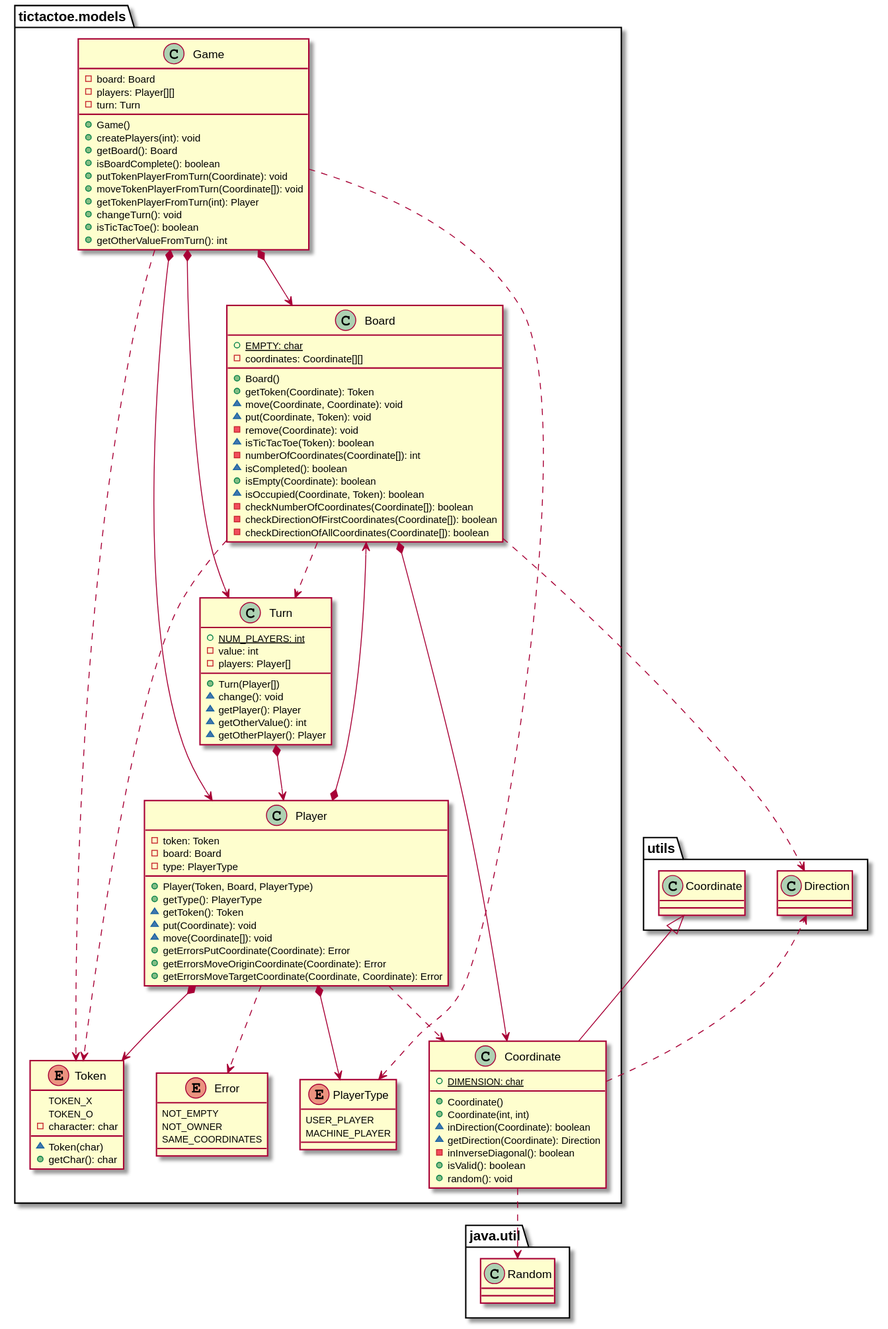
The PlantUML diagram docs/build/docs/asciidoc/images/tictactoeModels.svg in x-USantaTecla-game-ticTacToe/java, before a commit.
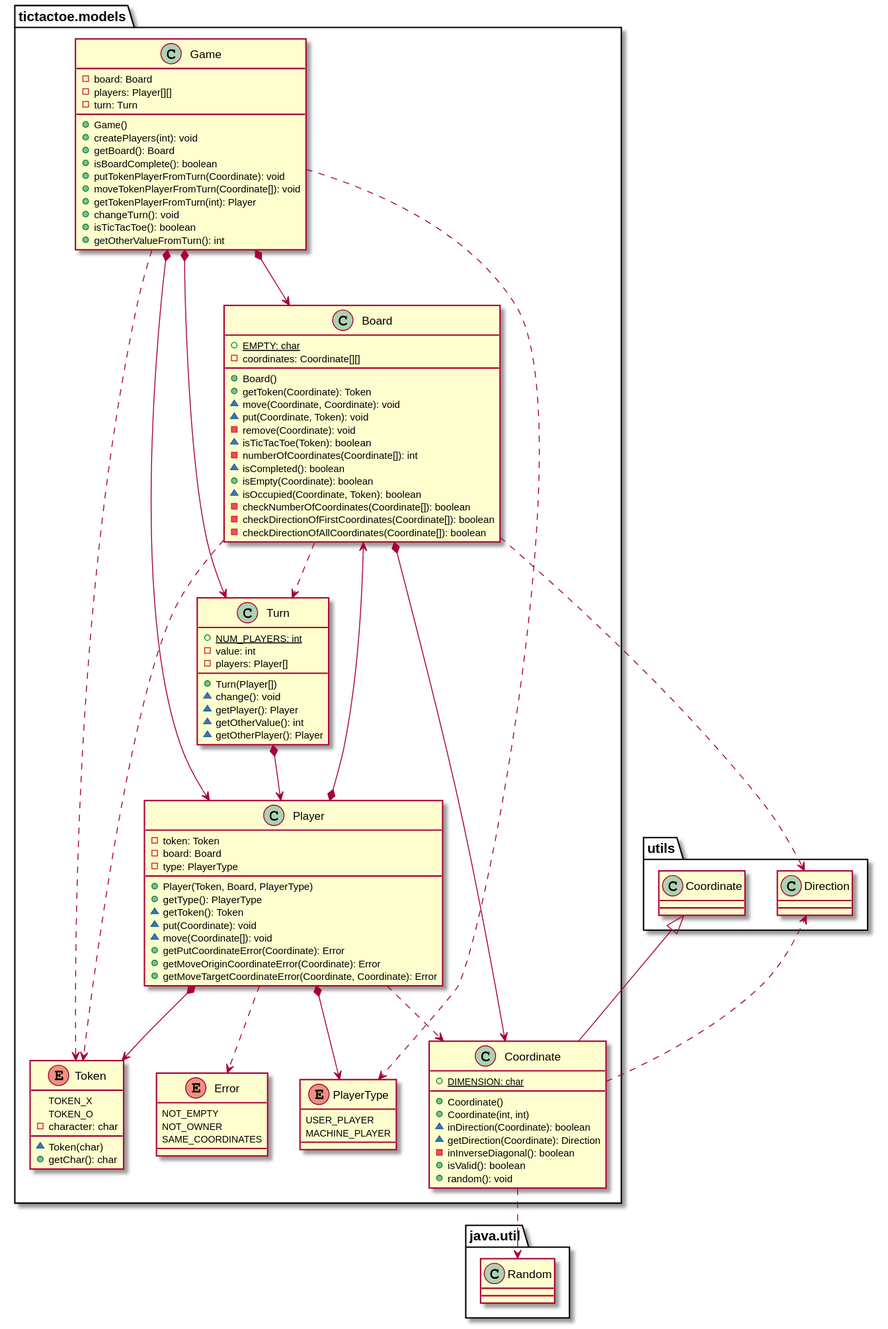
Above is the later version.

What changed in the source:
```diff
@@ -72,9 +72,9 @@
 ~ getToken(): Token
 ~ put(Coordinate): void
 ~ move(Coordinate[]): void
-+ getErrorsPutCoordinate(Coordinate): Error
-+ getErrorsMoveOriginCoordinate(Coordinate): Error
-+ getErrorsMoveTargetCoordinate(Coordinate, Coordinate): Error
++ getPutCoordinateError(Coordinate): Error
++ getMoveOriginCoordinateError(Coordinate): Error
++ getMoveTargetCoordinateError(Coordinate, Coordinate): Error
 }
 tictactoe.models.Player *-down-> tictactoe.models.Token
 tictactoe.models.Player *-down-> tictactoe.models.Board
```
